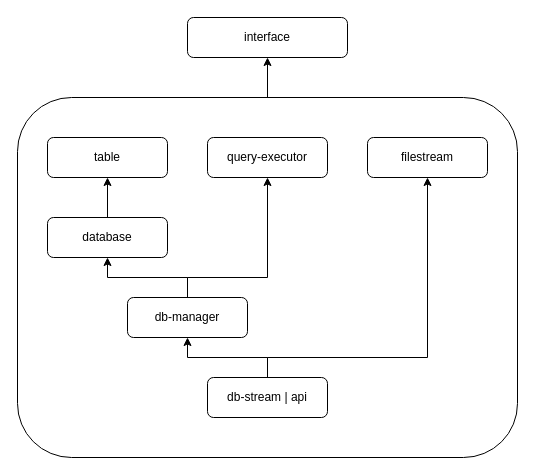
Before: docs/lib-hierarchy/db-lib-new.drawio in VahagnGishyan/sql-engine, a draw.io diagram. Source tidied: cells renumbered, new cells numbered last; positions are measured from the earlier drawing's top-left corner, leaving out a move shared by most shapes. Both pictures are drawn from the tidied source at 100%, with x=0, y=0 at pixel (17, 17).
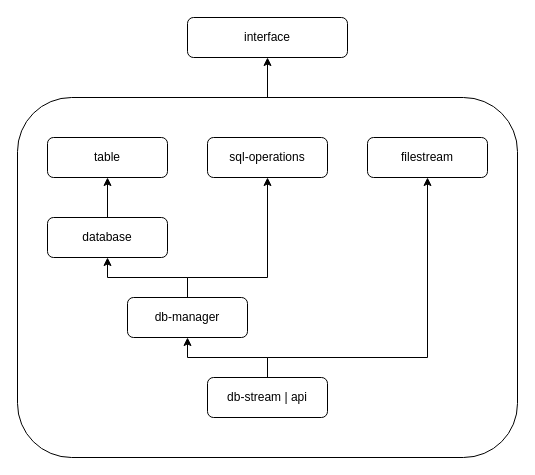
The same page after the edit.

The edit, as a diff of the source:
```diff
@@
 <mxGraphModel>
   <root>
     <mxCell id="0" />
     <mxCell id="1" parent="0" />
     <mxCell id="2" value="interface" style="rounded=1;whiteSpace=wrap;html=1;" parent="1" vertex="1">
       <mxGeometry x="170" width="160" height="40" as="geometry" />
     </mxCell>
     <mxCell id="3" style="edgeStyle=orthogonalEdgeStyle;rounded=0;jettySize=auto;html=1;entryX=0.5;entryY=1;entryDx=0;entryDy=0;" parent="1" edge="1" source="4" target="2">
       <mxGeometry relative="1" as="geometry" />
     </mxCell>
     <mxCell id="4" style="rounded=1;whiteSpace=wrap;html=1;fillColor=none;" parent="1" vertex="1">
       <mxGeometry y="80" width="500" height="360" as="geometry" />
     </mxCell>
     <mxCell id="5" style="edgeStyle=orthogonalEdgeStyle;rounded=0;jettySize=auto;html=1;entryX=0.5;entryY=1;entryDx=0;entryDy=0;" parent="1" edge="1" source="6" target="7">
       <mxGeometry relative="1" as="geometry" />
     </mxCell>
     <mxCell id="6" value="database" style="rounded=1;whiteSpace=wrap;html=1;" parent="1" vertex="1">
       <mxGeometry x="30" y="200" width="120" height="40" as="geometry" />
     </mxCell>
     <mxCell id="7" value="table" style="rounded=1;whiteSpace=wrap;html=1;" parent="1" vertex="1">
       <mxGeometry x="30" y="120" width="120" height="40" as="geometry" />
     </mxCell>
     <mxCell id="8" style="edgeStyle=orthogonalEdgeStyle;rounded=0;jettySize=auto;html=1;entryX=0.5;entryY=1;entryDx=0;entryDy=0;" parent="1" edge="1" source="10" target="15">
       <mxGeometry relative="1" as="geometry">
         <Array as="points">
           <mxPoint x="170" y="260" />
           <mxPoint x="250" y="260" />
         </Array>
       </mxGeometry>
     </mxCell>
     <mxCell id="9" style="edgeStyle=orthogonalEdgeStyle;rounded=0;jettySize=auto;html=1;entryX=0.5;entryY=1;entryDx=0;entryDy=0;" parent="1" edge="1" source="10" target="6">
       <mxGeometry relative="1" as="geometry" />
     </mxCell>
     <mxCell id="10" value="db-manager" style="rounded=1;whiteSpace=wrap;html=1;" parent="1" vertex="1">
       <mxGeometry x="110" y="280" width="120" height="40" as="geometry" />
     </mxCell>
     <mxCell id="11" value="filestream" style="rounded=1;whiteSpace=wrap;html=1;" parent="1" vertex="1">
       <mxGeometry x="350" y="120" width="120" height="40" as="geometry" />
     </mxCell>
     <mxCell id="12" style="edgeStyle=orthogonalEdgeStyle;rounded=0;jettySize=auto;html=1;entryX=0.5;entryY=1;entryDx=0;entryDy=0;" parent="1" edge="1" source="14" target="11">
       <mxGeometry relative="1" as="geometry">
         <Array as="points">
           <mxPoint x="250" y="340" />
           <mxPoint x="410" y="340" />
         </Array>
       </mxGeometry>
     </mxCell>
     <mxCell id="13" style="edgeStyle=orthogonalEdgeStyle;rounded=0;jettySize=auto;html=1;" parent="1" edge="1" source="14" target="10">
       <mxGeometry relative="1" as="geometry" />
     </mxCell>
     <mxCell id="14" value="db-stream | api" style="rounded=1;whiteSpace=wrap;html=1;" parent="1" vertex="1">
       <mxGeometry x="190" y="360" width="120" height="40" as="geometry" />
     </mxCell>
-    <mxCell id="15" value="query-executor" style="rounded=1;whiteSpace=wrap;html=1;" parent="1" vertex="1">
+    <mxCell id="15" value="sql-operations" style="rounded=1;whiteSpace=wrap;html=1;" parent="1" vertex="1">
       <mxGeometry x="190" y="120" width="120" height="40" as="geometry" />
     </mxCell>
   </root>
 </mxGraphModel>
```
